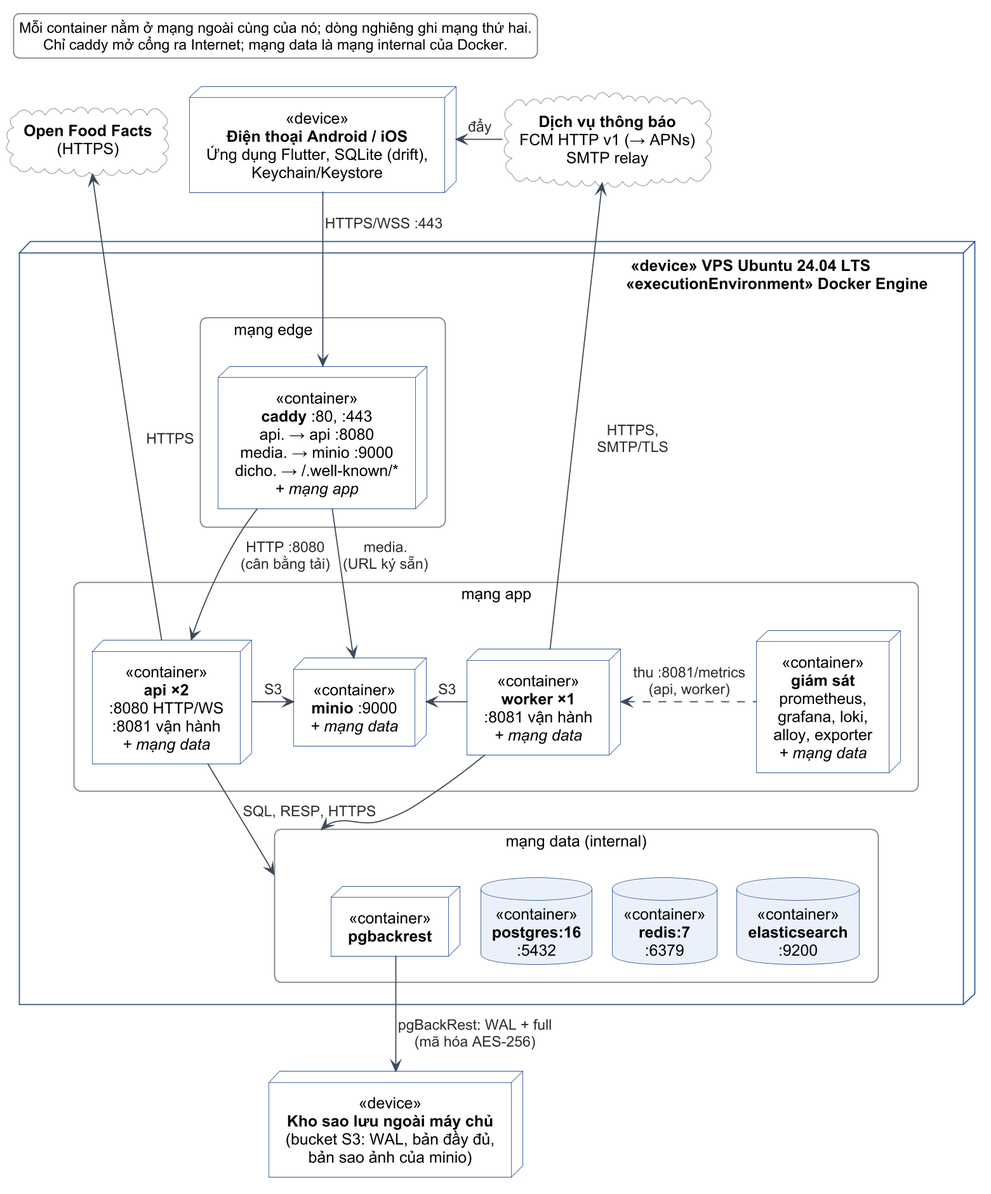
This is figures/diagrams/c3-26-trien-khai.png from PhucNguyen204/report-project, a PlantUML export, as it was before one commit.
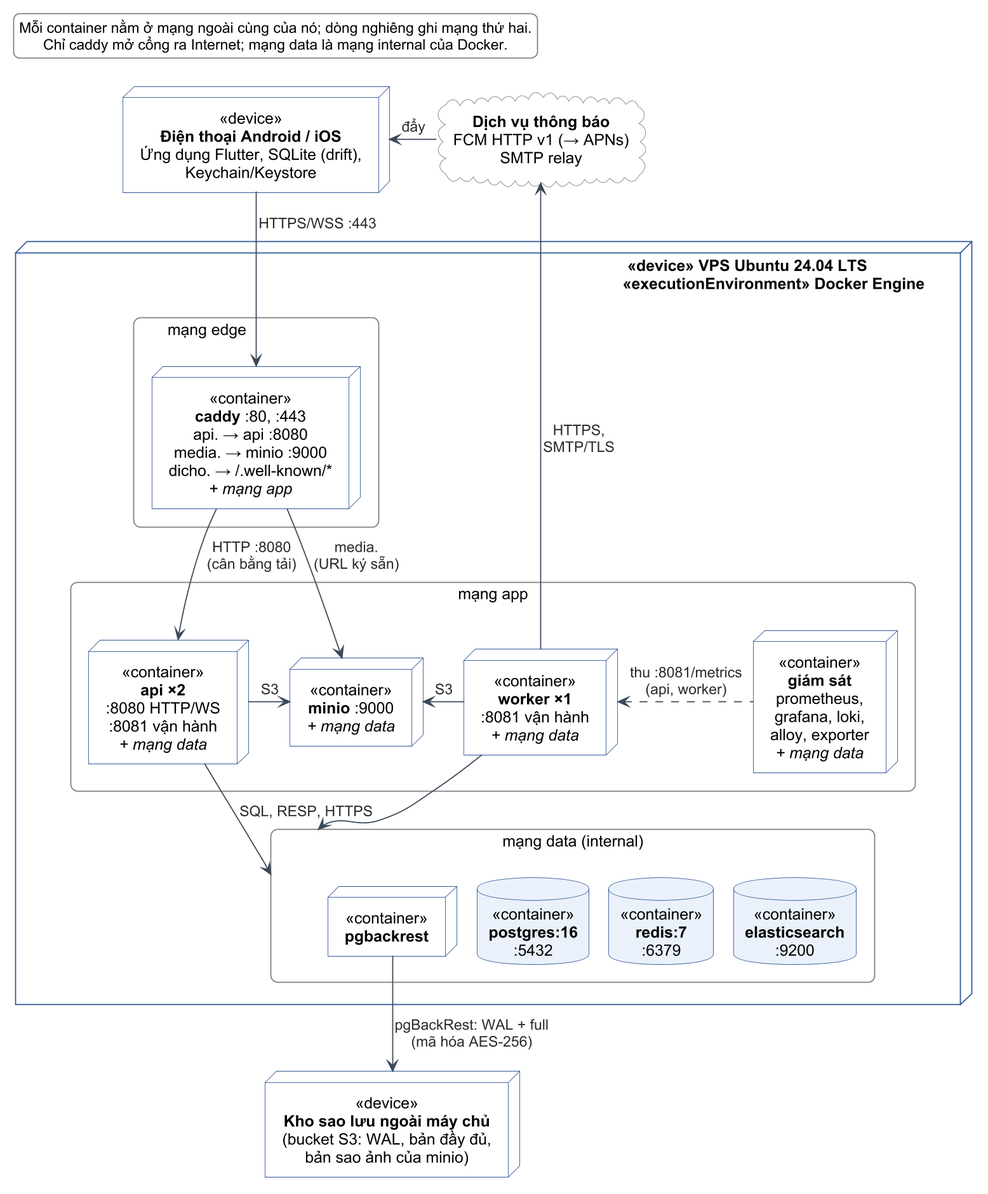
After the change.

Change to the diagram source:
```diff
@@ -20,7 +20,6 @@
 }
 hide stereotype
 
-cloud "**Open Food Facts**\n(HTTPS)" as OFF
 node "<<device>>\n**Điện thoại Android / iOS**\nỨng dụng Flutter, SQLite (drift),\nKeychain/Keystore" as PHONE
 cloud "**Dịch vụ thông báo**\nFCM HTTP v1 (→ APNs)\nSMTP relay" as NOTI
 
@@ -49,7 +48,6 @@
   Chỉ caddy mở cổng ra Internet; mạng data là mạng internal của Docker.
 endlegend
 
-OFF -[hidden]right- PHONE
 PHONE -[hidden]right- NOTI
 API -[hidden]right- MINIO
 MINIO -[hidden]right- WK
@@ -61,7 +59,6 @@
 CADDY -down-> API : HTTP :8080\n(cân bằng tải)
 CADDY -down-> MINIO : media.\n(URL ký sẵn)
 MON .left.> WK : thu :8081/metrics\n(api, worker)
-API -up-> OFF : HTTPS
 WK -up-> NOTI : HTTPS,\nSMTP/TLS
 NOTI -left-> PHONE : đẩy
 API -down-> NDATA : SQL, RESP, HTTPS
```
